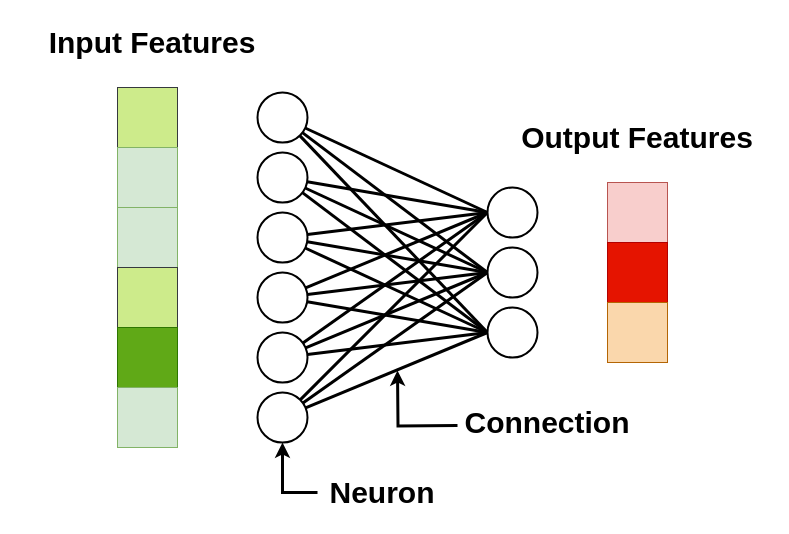
N0ciple/latex-these keeps this draw.io diagram as page "Page-2" (2 of 7) of chapter_sota/assets/deep_learning_overview.drawio. Above is the earlier version. Source tidied: cells renumbered, new cells numbered last; positions are measured from the earlier drawing's top-left corner, leaving out a move shared by most shapes. Both pictures are drawn from the tidied source at 100%, with x=0, y=0 at pixel (17, 17).
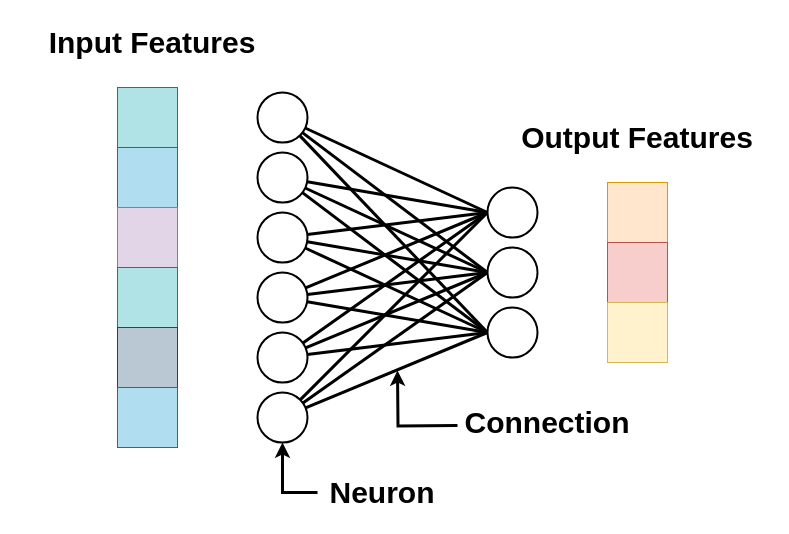
Above is the later version.

What changed in the source:
```diff
@@
-    <mxCell id="2" style="rounded=0;whiteSpace=wrap;html=1;fillColor=#cdeb8b;strokeColor=#36393d;" parent="1" vertex="1">
+    <mxCell id="2" style="rounded=0;whiteSpace=wrap;html=1;fillColor=#b0e3e6;strokeColor=#0e8088;" parent="1" vertex="1">
       <mxGeometry x="100" y="70" width="60" height="60" as="geometry" />
     </mxCell>
-    <mxCell id="3" style="rounded=0;whiteSpace=wrap;html=1;fillColor=#d5e8d4;strokeColor=#82b366;" parent="1" vertex="1">
+    <mxCell id="3" style="rounded=0;whiteSpace=wrap;html=1;fillColor=#b1ddf0;strokeColor=#10739e;" parent="1" vertex="1">
       <mxGeometry x="100" y="130" width="60" height="60" as="geometry" />
     </mxCell>
-    <mxCell id="4" style="rounded=0;whiteSpace=wrap;html=1;fillColor=#d5e8d4;strokeColor=#82b366;" parent="1" vertex="1">
+    <mxCell id="4" style="rounded=0;whiteSpace=wrap;html=1;fillColor=#e1d5e7;strokeColor=#9673a6;" parent="1" vertex="1">
       <mxGeometry x="100" y="190" width="60" height="60" as="geometry" />
     </mxCell>
-    <mxCell id="5" style="rounded=0;whiteSpace=wrap;html=1;fillColor=#cdeb8b;strokeColor=#36393d;" parent="1" vertex="1">
+    <mxCell id="5" style="rounded=0;whiteSpace=wrap;html=1;fillColor=#b0e3e6;strokeColor=#0e8088;" parent="1" vertex="1">
       <mxGeometry x="100" y="250" width="60" height="60" as="geometry" />
     </mxCell>
-    <mxCell id="6" style="rounded=0;whiteSpace=wrap;html=1;fillColor=#60a917;fontColor=#ffffff;strokeColor=#2D7600;" parent="1" vertex="1">
+    <mxCell id="6" style="rounded=0;whiteSpace=wrap;html=1;fillColor=#bac8d3;strokeColor=#23445d;" parent="1" vertex="1">
       <mxGeometry x="100" y="310" width="60" height="60" as="geometry" />
     </mxCell>
-    <mxCell id="7" style="rounded=0;whiteSpace=wrap;html=1;fillColor=#d5e8d4;strokeColor=#82b366;" parent="1" vertex="1">
+    <mxCell id="7" style="rounded=0;whiteSpace=wrap;html=1;fillColor=#b1ddf0;strokeColor=#10739e;" parent="1" vertex="1">
       <mxGeometry x="100" y="370" width="60" height="60" as="geometry" />
     </mxCell>
@@
-    <mxCell id="36" style="rounded=0;whiteSpace=wrap;html=1;fillColor=#f8cecc;strokeColor=#b85450;" parent="1" vertex="1">
+    <mxCell id="36" style="rounded=0;whiteSpace=wrap;html=1;fillColor=#ffe6cc;strokeColor=#d79b00;" parent="1" vertex="1">
       <mxGeometry x="590" y="165" width="60" height="60" as="geometry" />
     </mxCell>
-    <mxCell id="37" style="rounded=0;whiteSpace=wrap;html=1;fillColor=#e51400;fontColor=#ffffff;strokeColor=#B20000;" parent="1" vertex="1">
+    <mxCell id="37" style="rounded=0;whiteSpace=wrap;html=1;fillColor=#f8cecc;strokeColor=#b85450;" parent="1" vertex="1">
       <mxGeometry x="590" y="225" width="60" height="60" as="geometry" />
     </mxCell>
-    <mxCell id="38" style="rounded=0;whiteSpace=wrap;html=1;fillColor=#fad7ac;strokeColor=#b46504;" parent="1" vertex="1">
+    <mxCell id="38" style="rounded=0;whiteSpace=wrap;html=1;fillColor=#fff2cc;strokeColor=#d6b656;" parent="1" vertex="1">
       <mxGeometry x="590" y="285" width="60" height="60" as="geometry" />
     </mxCell>
```
